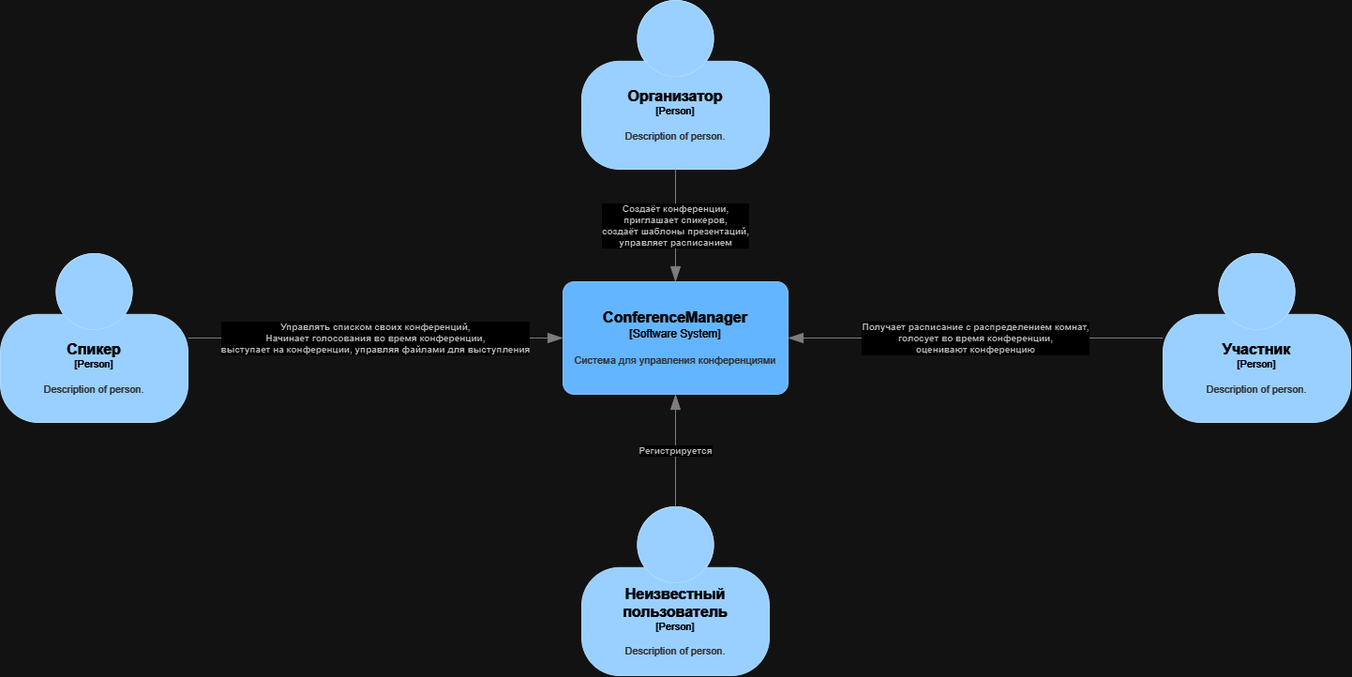
Before: Lab Work 2/pictures/c4_context_png.png, a diagram exported from draw.io (DmitryZubarev/Architecture). Source tidied: cells renumbered, new cells last; positions are measured from the earlier drawing's top-left corner, leaving out a move shared by most shapes.
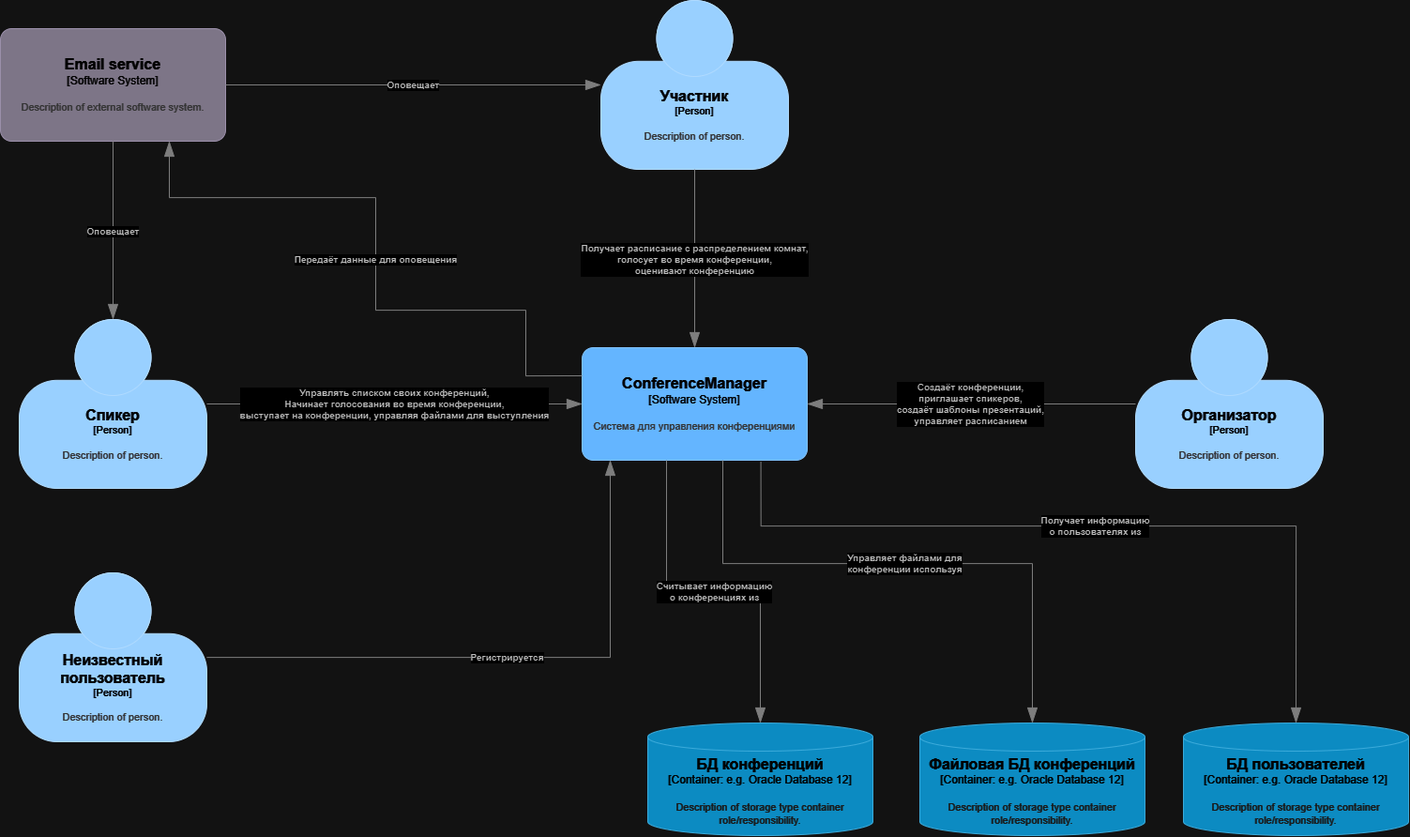
Above is the later version.

What changed in the source:
```diff
@@ -4,7 +4,7 @@
     <mxCell id="1" parent="0" />
     <object id="2" label="&lt;font style=&quot;font-size: 16px&quot;&gt;&lt;b&gt;%c4Name%&lt;/b&gt;&lt;/font&gt;&lt;div&gt;[%c4Type%]&lt;/div&gt;&lt;br&gt;&lt;div&gt;&lt;font style=&quot;font-size: 11px&quot;&gt;&lt;font color=&quot;#cccccc&quot;&gt;%c4Description%&lt;/font&gt;&lt;/div&gt;" c4Description="Description of person." c4Name="Участник" c4Type="Person" placeholders="1">
       <mxCell style="html=1;fontSize=11;dashed=0;whiteSpace=wrap;fillColor=#083F75;strokeColor=#06315C;fontColor=#ffffff;shape=mxgraph.c4.person2;align=center;points=[[0.5,0,0],[1,0.5,0],[1,0.75,0],[0.75,1,0],[0.5,1,0],[0.25,1,0],[0,0.75,0],[0,0.5,0]];" parent="1" vertex="1">
-        <mxGeometry x="1240" y="270" width="200" height="180" as="geometry" />
+        <mxGeometry x="620" y="-70" width="200" height="180" as="geometry" />
       </mxCell>
     </object>
     <object id="3" label="&lt;font style=&quot;font-size: 16px&quot;&gt;&lt;b&gt;%c4Name%&lt;/b&gt;&lt;/font&gt;&lt;div&gt;[%c4Type%]&lt;/div&gt;&lt;br&gt;&lt;div&gt;&lt;font style=&quot;font-size: 11px&quot;&gt;&lt;font color=&quot;#cccccc&quot;&gt;%c4Description%&lt;/font&gt;&lt;/div&gt;" c4Description="Description of person." c4Name="Спикер" c4Type="Person" placeholders="1">
@@ -14,22 +14,26 @@
     </object>
     <object id="4" label="&lt;font style=&quot;font-size: 16px&quot;&gt;&lt;b&gt;%c4Name%&lt;/b&gt;&lt;/font&gt;&lt;div&gt;[%c4Type%]&lt;/div&gt;&lt;br&gt;&lt;div&gt;&lt;font style=&quot;font-size: 11px&quot;&gt;&lt;font color=&quot;#cccccc&quot;&gt;%c4Description%&lt;/font&gt;&lt;/div&gt;" c4Description="Description of person." c4Name="Организатор" c4Type="Person" placeholders="1">
       <mxCell style="html=1;fontSize=11;dashed=0;whiteSpace=wrap;fillColor=#083F75;strokeColor=#06315C;fontColor=#ffffff;shape=mxgraph.c4.person2;align=center;points=[[0.5,0,0],[1,0.5,0],[1,0.75,0],[0.75,1,0],[0.5,1,0],[0.25,1,0],[0,0.75,0],[0,0.5,0]];" parent="1" vertex="1">
-        <mxGeometry x="620" width="200" height="180" as="geometry" />
+        <mxGeometry x="1190" y="270" width="200" height="180" as="geometry" />
       </mxCell>
     </object>
     <object id="5" label="&lt;font style=&quot;font-size: 16px&quot;&gt;&lt;b&gt;%c4Name%&lt;/b&gt;&lt;/font&gt;&lt;div&gt;[%c4Type%]&lt;/div&gt;&lt;br&gt;&lt;div&gt;&lt;font style=&quot;font-size: 11px&quot;&gt;&lt;font color=&quot;#cccccc&quot;&gt;%c4Description%&lt;/font&gt;&lt;/div&gt;" c4Description="Description of person." c4Name="Неизвестный пользователь" c4Type="Person" placeholders="1">
       <mxCell style="html=1;fontSize=11;dashed=0;whiteSpace=wrap;fillColor=#083F75;strokeColor=#06315C;fontColor=#ffffff;shape=mxgraph.c4.person2;align=center;points=[[0.5,0,0],[1,0.5,0],[1,0.75,0],[0.75,1,0],[0.5,1,0],[0.25,1,0],[0,0.75,0],[0,0.5,0]];" parent="1" vertex="1">
-        <mxGeometry x="620" y="540" width="200" height="180" as="geometry" />
+        <mxGeometry y="540" width="200" height="180" as="geometry" />
       </mxCell>
     </object>
     <object id="6" label="&lt;div style=&quot;text-align: left&quot;&gt;&lt;div style=&quot;text-align: center&quot;&gt;&lt;b&gt;%c4Description%&lt;/b&gt;&lt;/div&gt;" c4Description="Создаёт конференции,&#10;приглашает спикеров,&#10;создаёт шаблоны презентаций,&#10;управляет расписанием" c4Type="Relationship" placeholders="1">
-      <mxCell style="endArrow=blockThin;html=1;fontSize=10;fontColor=#404040;strokeWidth=1;endFill=1;strokeColor=#828282;elbow=vertical;endSize=14;startSize=14;jumpStyle=arc;jumpSize=16;rounded=0;edgeStyle=orthogonalEdgeStyle;exitX=0.5;exitY=1;exitDx=0;exitDy=0;exitPerimeter=0;" parent="1" edge="1" source="4" target="9">
+      <mxCell style="endArrow=blockThin;html=1;fontSize=10;fontColor=#404040;strokeWidth=1;endFill=1;strokeColor=#828282;elbow=vertical;endSize=14;startSize=14;jumpStyle=arc;jumpSize=16;rounded=0;edgeStyle=orthogonalEdgeStyle;" parent="1" edge="1" source="4" target="9">
         <mxGeometry relative="1" as="geometry" />
       </mxCell>
     </object>
     <object id="7" label="&lt;div style=&quot;text-align: left&quot;&gt;&lt;div style=&quot;text-align: center&quot;&gt;&lt;b&gt;%c4Description%&lt;/b&gt;&lt;/div&gt;" c4Description="Регистрируется" c4Type="Relationship" placeholders="1">
       <mxCell style="endArrow=blockThin;html=1;fontSize=10;fontColor=#404040;strokeWidth=1;endFill=1;strokeColor=#828282;elbow=vertical;endSize=14;startSize=14;jumpStyle=arc;jumpSize=16;rounded=0;edgeStyle=orthogonalEdgeStyle;" parent="1" edge="1" source="5" target="9">
-        <mxGeometry relative="1" as="geometry" />
+        <mxGeometry relative="1" as="geometry">
+          <Array as="points">
+            <mxPoint x="630" y="630" />
+          </Array>
+        </mxGeometry>
       </mxCell>
     </object>
     <object id="8" label="&lt;div style=&quot;text-align: left&quot;&gt;&lt;div style=&quot;text-align: center&quot;&gt;&lt;b&gt;%c4Description%&lt;/b&gt;&lt;/div&gt;" c4Description="Управлять списком своих конференций,&#10;Начинает голосования во время конференции,&#10;выступает на конференции, управляя файлами для выступления" c4Type="Relationship" placeholders="1">
@@ -47,5 +51,78 @@
         <mxGeometry relative="1" as="geometry" />
       </mxCell>
     </object>
+    <object id="11" label="&lt;font style=&quot;font-size: 16px&quot;&gt;&lt;b&gt;%c4Name%&lt;/b&gt;&lt;/font&gt;&lt;div&gt;[%c4Type%]&lt;/div&gt;&lt;br&gt;&lt;div&gt;&lt;font style=&quot;font-size: 11px&quot;&gt;&lt;font color=&quot;#cccccc&quot;&gt;%c4Description%&lt;/font&gt;&lt;/div&gt;" c4Description="Description of external software system." c4Name="Email service" c4Type="Software System" placeholders="1">
+      <mxCell style="rounded=1;whiteSpace=wrap;html=1;labelBackgroundColor=none;fillColor=#8C8496;fontColor=#ffffff;align=center;arcSize=10;strokeColor=#736782;points=[[0.25,0,0],[0.5,0,0],[0.75,0,0],[1,0.25,0],[1,0.5,0],[1,0.75,0],[0.75,1,0],[0.5,1,0],[0.25,1,0],[0,0.75,0],[0,0.5,0],[0,0.25,0]];" parent="1" vertex="1">
+        <mxGeometry x="-20" y="-40" width="240" height="120" as="geometry" />
+      </mxCell>
+    </object>
+    <object id="12" label="&lt;div style=&quot;text-align: left&quot;&gt;&lt;div style=&quot;text-align: center&quot;&gt;&lt;b&gt;%c4Description%&lt;/b&gt;&lt;/div&gt;" c4Description="Передаёт данные для оповещения" c4Type="Relationship" placeholders="1">
+      <mxCell style="endArrow=blockThin;html=1;fontSize=10;fontColor=#404040;strokeWidth=1;endFill=1;strokeColor=#828282;elbow=vertical;endSize=14;startSize=14;jumpStyle=arc;jumpSize=16;rounded=0;edgeStyle=orthogonalEdgeStyle;exitX=0;exitY=0.25;exitDx=0;exitDy=0;exitPerimeter=0;entryX=0.75;entryY=1;entryDx=0;entryDy=0;entryPerimeter=0;" parent="1" edge="1" source="9" target="11">
+        <mxGeometry relative="1" as="geometry">
+          <Array as="points">
+            <mxPoint x="540" y="330" />
+            <mxPoint x="540" y="260" />
+            <mxPoint x="380" y="260" />
+            <mxPoint x="380" y="140" />
+            <mxPoint x="160" y="140" />
+          </Array>
+        </mxGeometry>
+      </mxCell>
+    </object>
+    <object id="13" label="&lt;div style=&quot;text-align: left&quot;&gt;&lt;div style=&quot;text-align: center&quot;&gt;&lt;b&gt;%c4Description%&lt;/b&gt;&lt;/div&gt;" c4Description="Оповещает" c4Type="Relationship" placeholders="1">
+      <mxCell style="endArrow=blockThin;html=1;fontSize=10;fontColor=#404040;strokeWidth=1;endFill=1;strokeColor=#828282;elbow=vertical;endSize=14;startSize=14;jumpStyle=arc;jumpSize=16;rounded=0;edgeStyle=orthogonalEdgeStyle;exitX=0.5;exitY=1;exitDx=0;exitDy=0;exitPerimeter=0;" parent="1" edge="1" source="11" target="3">
+        <mxGeometry relative="1" as="geometry" />
+      </mxCell>
+    </object>
+    <object id="14" label="&lt;div style=&quot;text-align: left&quot;&gt;&lt;div style=&quot;text-align: center&quot;&gt;&lt;b&gt;%c4Description%&lt;/b&gt;&lt;/div&gt;" c4Description="Оповещает" c4Type="Relationship" placeholders="1">
+      <mxCell style="endArrow=blockThin;html=1;fontSize=10;fontColor=#404040;strokeWidth=1;endFill=1;strokeColor=#828282;elbow=vertical;endSize=14;startSize=14;jumpStyle=arc;jumpSize=16;rounded=0;edgeStyle=orthogonalEdgeStyle;exitX=1;exitY=0.5;exitDx=0;exitDy=0;exitPerimeter=0;" parent="1" edge="1" source="11" target="2">
+        <mxGeometry relative="1" as="geometry" />
+      </mxCell>
+    </object>
+    <object id="15" label="&lt;font style=&quot;font-size: 16px&quot;&gt;&lt;b&gt;%c4Type%&lt;/b&gt;&lt;/font&gt;&lt;div&gt;[%c4Container%:&amp;nbsp;%c4Technology%]&lt;/div&gt;&lt;br&gt;&lt;div&gt;&lt;font style=&quot;font-size: 11px&quot;&gt;&lt;font color=&quot;#E6E6E6&quot;&gt;%c4Description%&lt;/font&gt;&lt;/div&gt;" c4Container="Container" c4Description="Description of storage type container role/responsibility." c4Technology="e.g. Oracle Database 12" c4Type="БД конференций" placeholders="1">
+      <mxCell style="shape=cylinder3;size=15;whiteSpace=wrap;html=1;boundedLbl=1;rounded=0;labelBackgroundColor=none;fillColor=#23A2D9;fontSize=12;fontColor=#ffffff;align=center;strokeColor=#0E7DAD;points=[[0.5,0,0],[1,0.25,0],[1,0.5,0],[1,0.75,0],[0.5,1,0],[0,0.75,0],[0,0.5,0],[0,0.25,0]];" parent="1" vertex="1">
+        <mxGeometry x="670" y="700" width="240" height="120" as="geometry" />
+      </mxCell>
+    </object>
+    <object id="16" label="&lt;font style=&quot;font-size: 16px&quot;&gt;&lt;b&gt;%c4Type%&lt;/b&gt;&lt;/font&gt;&lt;div&gt;[%c4Container%:&amp;nbsp;%c4Technology%]&lt;/div&gt;&lt;br&gt;&lt;div&gt;&lt;font style=&quot;font-size: 11px&quot;&gt;&lt;font color=&quot;#E6E6E6&quot;&gt;%c4Description%&lt;/font&gt;&lt;/div&gt;" c4Container="Container" c4Description="Description of storage type container role/responsibility." c4Technology="e.g. Oracle Database 12" c4Type="Файловая БД конференций" placeholders="1">
+      <mxCell style="shape=cylinder3;size=15;whiteSpace=wrap;html=1;boundedLbl=1;rounded=0;labelBackgroundColor=none;fillColor=#23A2D9;fontSize=12;fontColor=#ffffff;align=center;strokeColor=#0E7DAD;points=[[0.5,0,0],[1,0.25,0],[1,0.5,0],[1,0.75,0],[0.5,1,0],[0,0.75,0],[0,0.5,0],[0,0.25,0]];" parent="1" vertex="1">
+        <mxGeometry x="960" y="700" width="240" height="120" as="geometry" />
+      </mxCell>
+    </object>
+    <object id="17" label="&lt;font style=&quot;font-size: 16px&quot;&gt;&lt;b&gt;%c4Type%&lt;/b&gt;&lt;/font&gt;&lt;div&gt;[%c4Container%:&amp;nbsp;%c4Technology%]&lt;/div&gt;&lt;br&gt;&lt;div&gt;&lt;font style=&quot;font-size: 11px&quot;&gt;&lt;font color=&quot;#E6E6E6&quot;&gt;%c4Description%&lt;/font&gt;&lt;/div&gt;" c4Container="Container" c4Description="Description of storage type container role/responsibility." c4Technology="e.g. Oracle Database 12" c4Type="БД пользователей" placeholders="1">
+      <mxCell style="shape=cylinder3;size=15;whiteSpace=wrap;html=1;boundedLbl=1;rounded=0;labelBackgroundColor=none;fillColor=#23A2D9;fontSize=12;fontColor=#ffffff;align=center;strokeColor=#0E7DAD;points=[[0.5,0,0],[1,0.25,0],[1,0.5,0],[1,0.75,0],[0.5,1,0],[0,0.75,0],[0,0.5,0],[0,0.25,0]];" parent="1" vertex="1">
+        <mxGeometry x="1241" y="700" width="240" height="120" as="geometry" />
+      </mxCell>
+    </object>
+    <object id="18" label="&lt;div style=&quot;text-align: left&quot;&gt;&lt;div style=&quot;text-align: center&quot;&gt;&lt;b&gt;%c4Description%&lt;/b&gt;&lt;/div&gt;" c4Description="Считывает информацию&#10;о конференциях из" c4Type="Relationship" placeholders="1">
+      <mxCell style="endArrow=blockThin;html=1;fontSize=10;fontColor=#404040;strokeWidth=1;endFill=1;strokeColor=#828282;elbow=vertical;endSize=14;startSize=14;jumpStyle=arc;jumpSize=16;rounded=0;edgeStyle=orthogonalEdgeStyle;entryX=0.5;entryY=0;entryDx=0;entryDy=0;entryPerimeter=0;" parent="1" edge="1" source="9" target="15">
+        <mxGeometry relative="1" as="geometry">
+          <Array as="points">
+            <mxPoint x="690" y="560" />
+            <mxPoint x="790" y="560" />
+          </Array>
+        </mxGeometry>
+      </mxCell>
+    </object>
+    <object id="19" label="&lt;div style=&quot;text-align: left&quot;&gt;&lt;div style=&quot;text-align: center&quot;&gt;&lt;b&gt;%c4Description%&lt;/b&gt;&lt;/div&gt;" c4Description="Управляет файлами для&#10;конференции используя" c4Type="Relationship" placeholders="1">
+      <mxCell style="endArrow=blockThin;html=1;fontSize=10;fontColor=#404040;strokeWidth=1;endFill=1;strokeColor=#828282;elbow=vertical;endSize=14;startSize=14;jumpStyle=arc;jumpSize=16;rounded=0;edgeStyle=orthogonalEdgeStyle;" parent="1" edge="1" source="9" target="16">
+        <mxGeometry relative="1" as="geometry">
+          <Array as="points">
+            <mxPoint x="750" y="530" />
+            <mxPoint x="1080" y="530" />
+          </Array>
+        </mxGeometry>
+      </mxCell>
+    </object>
+    <object id="20" label="&lt;div style=&quot;text-align: left&quot;&gt;&lt;div style=&quot;text-align: center&quot;&gt;&lt;b&gt;%c4Description%&lt;/b&gt;&lt;/div&gt;" c4Description="Получает информацию&#10;о пользователях из" c4Type="Relationship" placeholders="1">
+      <mxCell style="endArrow=blockThin;html=1;fontSize=10;fontColor=#404040;strokeWidth=1;endFill=1;strokeColor=#828282;elbow=vertical;endSize=14;startSize=14;jumpStyle=arc;jumpSize=16;rounded=0;edgeStyle=orthogonalEdgeStyle;exitX=0.794;exitY=1.015;exitDx=0;exitDy=0;exitPerimeter=0;entryX=0.5;entryY=0;entryDx=0;entryDy=0;entryPerimeter=0;" parent="1" edge="1" source="9" target="17">
+        <mxGeometry relative="1" as="geometry">
+          <Array as="points">
+            <mxPoint x="791" y="490" />
+            <mxPoint x="1361" y="490" />
+          </Array>
+        </mxGeometry>
+      </mxCell>
+    </object>
   </root>
 </mxGraphModel>
```
